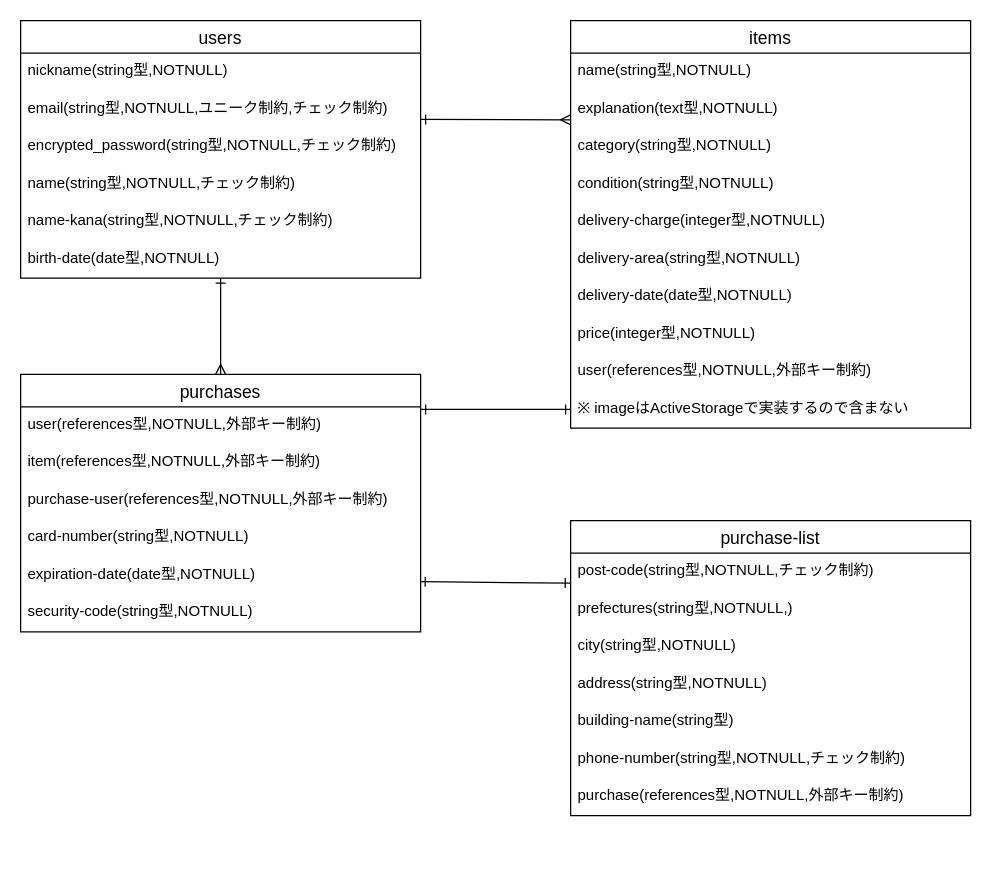
Earlier version of the draw.io diagram furima.dio (genkikonno/furima-37489). Source tidied: cells renumbered, new cells numbered last; positions are measured from the earlier drawing's top-left corner, leaving out a move shared by most shapes. Both pictures are drawn from the tidied source at 125%, with x=0, y=0 at pixel (20, 20).
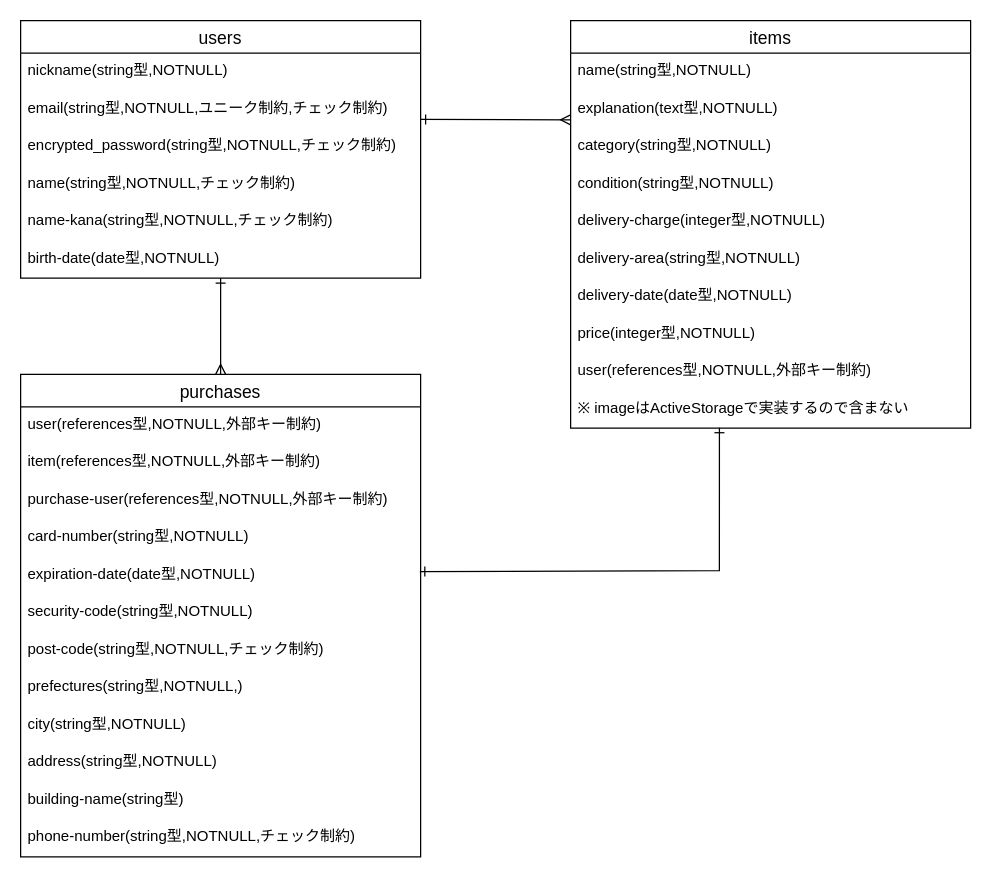
Above is the later version.

The change refers to these unchanged cells:
```xml
<mxCell id="19" value="※ imageはActiveStorageで実装するので含まない" style="text;strokeColor=none;fillColor=none;spacingLeft=4;spacingRight=4;overflow=hidden;points=[[0,0.5],[1,0.5]];portConstraint=eastwest;fontSize=12;" parent="9" vertex="1">
  <mxGeometry y="296" width="320" height="30" as="geometry" />
</mxCell>
<mxCell id="25" value="expiration-date(date型,NOTNULL)" style="text;strokeColor=none;fillColor=none;spacingLeft=4;spacingRight=4;overflow=hidden;points=[[0,0.5],[1,0.5]];portConstraint=eastwest;fontSize=12;" parent="20" vertex="1">
  <mxGeometry y="146" width="320" height="30" as="geometry" />
</mxCell>
```

Change to the diagram source:
```diff
@@
     <mxCell id="20" value="purchases" style="swimlane;fontStyle=0;horizontal=1;startSize=26;align=center;fontSize=14;" parent="1" vertex="1">
-      <mxGeometry y="283" width="320" height="206" as="geometry" />
+      <mxGeometry y="283" width="320" height="386" as="geometry" />
     </mxCell>
@@
-    <mxCell id="27" value="purchase-list" style="swimlane;fontStyle=0;horizontal=1;startSize=26;align=center;fontSize=14;" parent="1" vertex="1">
-      <mxGeometry x="440" y="400" width="320" height="236" as="geometry" />
-    </mxCell>
-    <mxCell id="28" value="post-code(string型,NOTNULL,チェック制約)" style="text;strokeColor=none;fillColor=none;spacingLeft=4;spacingRight=4;overflow=hidden;points=[[0,0.5],[1,0.5]];portConstraint=eastwest;fontSize=12;" parent="27" vertex="1">
-      <mxGeometry y="26" width="320" height="30" as="geometry" />
+    <mxCell id="28" value="post-code(string型,NOTNULL,チェック制約)" style="text;strokeColor=none;fillColor=none;spacingLeft=4;spacingRight=4;overflow=hidden;points=[[0,0.5],[1,0.5]];portConstraint=eastwest;fontSize=12;" parent="20" vertex="1">
+      <mxGeometry y="206" width="320" height="30" as="geometry" />
     </mxCell>
-    <mxCell id="29" value="prefectures(string型,NOTNULL,)" style="text;strokeColor=none;fillColor=none;spacingLeft=4;spacingRight=4;overflow=hidden;fontSize=12;" parent="27" vertex="1">
-      <mxGeometry y="56" width="320" height="30" as="geometry" />
+    <mxCell id="29" value="prefectures(string型,NOTNULL,)" style="text;strokeColor=none;fillColor=none;spacingLeft=4;spacingRight=4;overflow=hidden;fontSize=12;" parent="20" vertex="1">
+      <mxGeometry y="236" width="320" height="30" as="geometry" />
     </mxCell>
-    <mxCell id="30" value="city(string型,NOTNULL)" style="text;strokeColor=none;fillColor=none;spacingLeft=4;spacingRight=4;overflow=hidden;fontSize=12;" parent="27" vertex="1">
-      <mxGeometry y="86" width="320" height="30" as="geometry" />
+    <mxCell id="30" value="city(string型,NOTNULL)" style="text;strokeColor=none;fillColor=none;spacingLeft=4;spacingRight=4;overflow=hidden;fontSize=12;" parent="20" vertex="1">
+      <mxGeometry y="266" width="320" height="30" as="geometry" />
     </mxCell>
-    <mxCell id="31" value="address(string型,NOTNULL)" style="text;strokeColor=none;fillColor=none;spacingLeft=4;spacingRight=4;overflow=hidden;fontSize=12;" parent="27" vertex="1">
-      <mxGeometry y="116" width="320" height="30" as="geometry" />
+    <mxCell id="31" value="address(string型,NOTNULL)" style="text;strokeColor=none;fillColor=none;spacingLeft=4;spacingRight=4;overflow=hidden;fontSize=12;" parent="20" vertex="1">
+      <mxGeometry y="296" width="320" height="30" as="geometry" />
     </mxCell>
-    <mxCell id="32" value="building-name(string型)" style="text;strokeColor=none;fillColor=none;spacingLeft=4;spacingRight=4;overflow=hidden;fontSize=12;" parent="27" vertex="1">
-      <mxGeometry y="146" width="320" height="30" as="geometry" />
+    <mxCell id="32" value="building-name(string型)" style="text;strokeColor=none;fillColor=none;spacingLeft=4;spacingRight=4;overflow=hidden;fontSize=12;" parent="20" vertex="1">
+      <mxGeometry y="326" width="320" height="30" as="geometry" />
     </mxCell>
-    <mxCell id="33" value="phone-number(string型,NOTNULL,チェック制約)" style="text;strokeColor=none;fillColor=none;spacingLeft=4;spacingRight=4;overflow=hidden;fontSize=12;" parent="27" vertex="1">
-      <mxGeometry y="176" width="320" height="30" as="geometry" />
+    <mxCell id="33" value="phone-number(string型,NOTNULL,チェック制約)" style="text;strokeColor=none;fillColor=none;spacingLeft=4;spacingRight=4;overflow=hidden;fontSize=12;" parent="20" vertex="1">
+      <mxGeometry y="356" width="320" height="30" as="geometry" />
     </mxCell>
-    <mxCell id="34" value="purchase(references型,NOTNULL,外部キー制約)" style="text;strokeColor=none;fillColor=none;spacingLeft=4;spacingRight=4;overflow=hidden;fontSize=12;" parent="27" vertex="1">
-      <mxGeometry y="206" width="320" height="30" as="geometry" />
-    </mxCell>
@@
-    <mxCell id="36" style="endArrow=ERone;html=1;rounded=0;entryX=-0.001;entryY=0.8;entryDx=0;entryDy=0;endFill=0;startArrow=ERone;startFill=0;entryPerimeter=0;exitX=0.999;exitY=0.66;exitDx=0;exitDy=0;exitPerimeter=0;" parent="1" edge="1" source="25" target="28">
-      <mxGeometry relative="1" as="geometry" />
-    </mxCell>
@@
-    <mxCell id="38" style="endArrow=ERone;html=1;rounded=0;startArrow=ERone;startFill=0;endFill=0;entryX=0;entryY=0.5;entryDx=0;entryDy=0;" parent="1" edge="1" target="19">
+    <mxCell id="38" style="endArrow=ERone;html=1;rounded=0;startArrow=ERone;startFill=0;endFill=0;exitX=0.998;exitY=0.393;exitDx=0;exitDy=0;exitPerimeter=0;entryX=0.372;entryY=0.989;entryDx=0;entryDy=0;entryPerimeter=0;" parent="1" edge="1" source="25" target="19">
       <mxGeometry relative="1" as="geometry">
-        <mxPoint x="320" y="311" as="sourcePoint" />
+        <Array as="points">
+          <mxPoint x="559" y="440" />
+        </Array>
       </mxGeometry>
     </mxCell>
```
